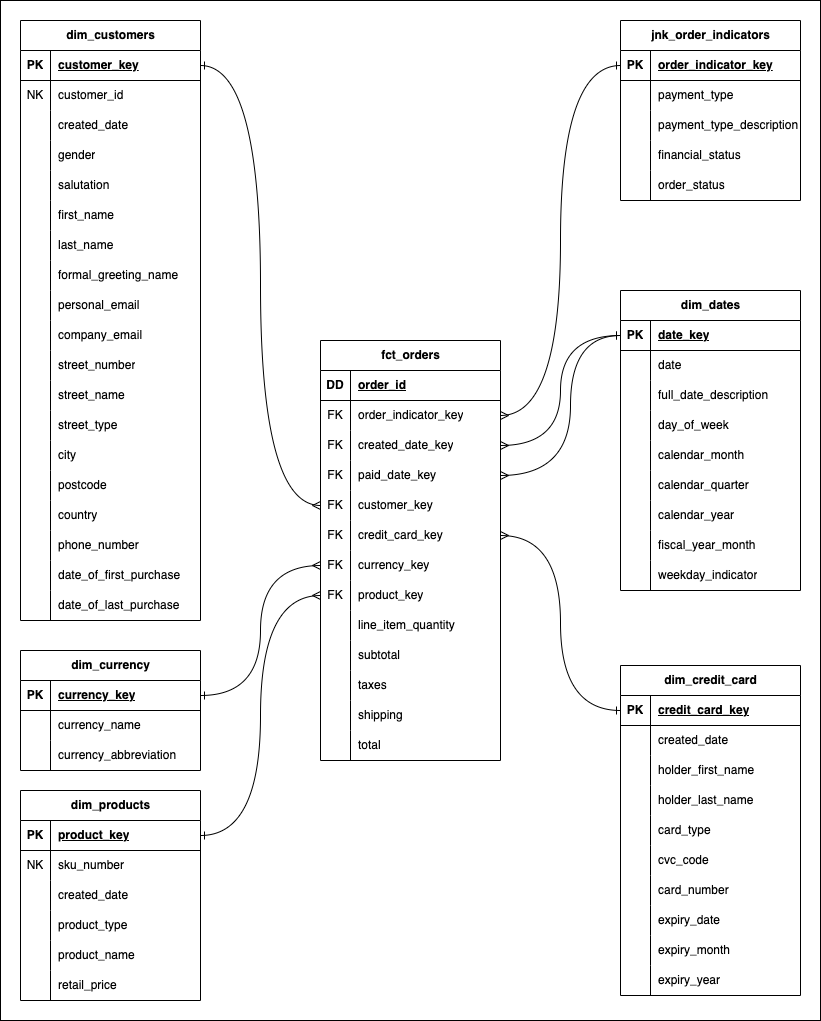
Earlier version of the draw.io export slamco/assets/readme_sales_model.drawio.png (s-tlm/dbt-project). Source tidied: cells renumbered, new cells last; positions are measured from the earlier drawing's top-left corner, leaving out a move shared by most shapes.
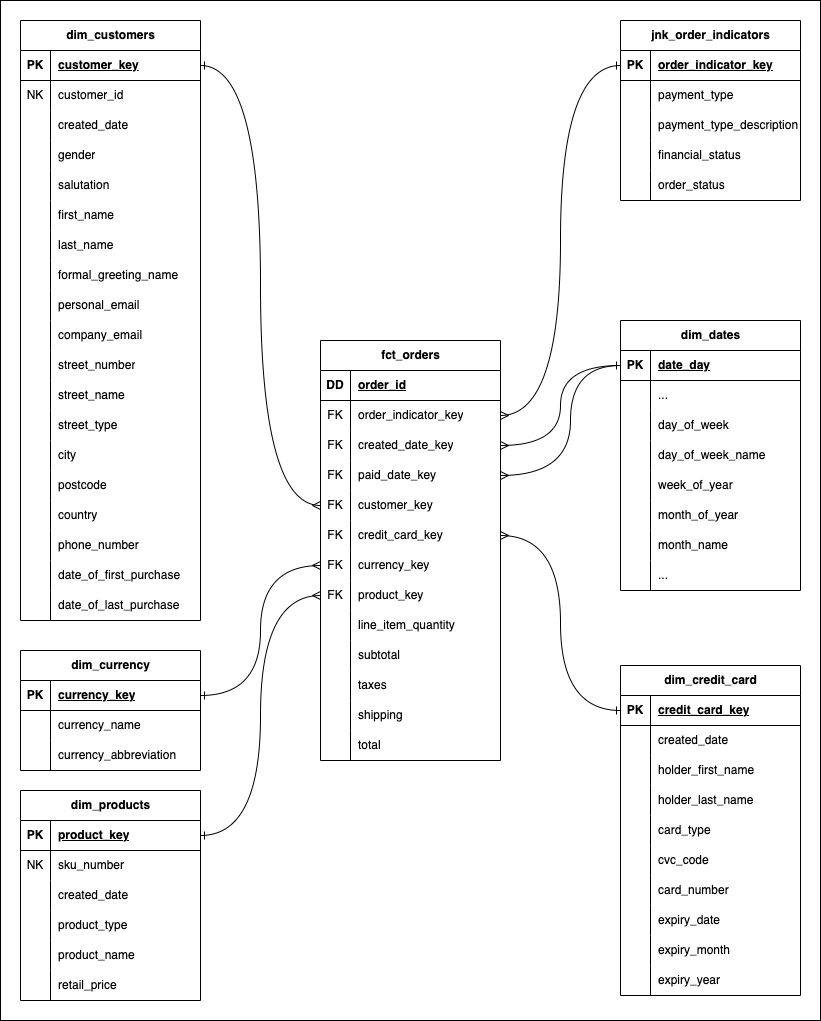
Above is the later version.

Commit message:
Add date dimension

Change to the diagram source:
```diff
@@ -498,7 +498,7 @@
       <mxGeometry x="30" width="150" height="30" as="geometry" />
     </mxCell>
     <mxCell id="167" value="dim_dates" style="shape=table;startSize=30;rowLines=0;fontStyle=1;align=center;html=1;" parent="1" vertex="1">
-      <mxGeometry x="620" y="290" width="180" height="300" as="geometry" />
+      <mxGeometry x="620" y="320" width="180" height="270" as="geometry" />
     </mxCell>
     <mxCell id="168" style="shape=tableRow;horizontal=0;startSize=0;swimlaneHead=0;swimlaneBody=0;fillColor=none;points=[[0,0.5],[1,0.5]];portConstraint=eastwest;top=0;left=0;right=0;bottom=1;" parent="167" vertex="1">
       <mxGeometry y="30" width="180" height="30" as="geometry" />
@@ -506,29 +506,20 @@
     <mxCell id="169" value="PK" style="shape=partialRectangle;fillColor=none;top=0;left=0;bottom=0;right=0;fontStyle=1;overflow=hidden;whiteSpace=wrap;html=1;" parent="168" vertex="1">
       <mxGeometry width="30" height="30" as="geometry" />
     </mxCell>
-    <mxCell id="170" value="date_key" style="shape=partialRectangle;fillColor=none;top=0;left=0;bottom=0;right=0;align=left;spacingLeft=6;fontStyle=5;overflow=hidden;whiteSpace=wrap;html=1;" parent="168" vertex="1">
+    <mxCell id="170" value="date_day" style="shape=partialRectangle;fillColor=none;top=0;left=0;bottom=0;right=0;align=left;spacingLeft=6;fontStyle=5;overflow=hidden;whiteSpace=wrap;html=1;" parent="168" vertex="1">
       <mxGeometry x="30" width="150" height="30" as="geometry" />
     </mxCell>
     <mxCell id="171" style="shape=tableRow;horizontal=0;startSize=0;swimlaneHead=0;swimlaneBody=0;fillColor=none;top=0;left=0;right=0;bottom=0;" parent="167" vertex="1">
       <mxGeometry y="60" width="180" height="30" as="geometry" />
     </mxCell>
-    <mxCell id="172" style="shape=partialRectangle;fillColor=none;top=0;left=0;bottom=0;right=0;overflow=hidden;whiteSpace=wrap;html=1;" parent="171" vertex="1">
-      <mxGeometry width="30" height="30" as="geometry" />
-    </mxCell>
-    <mxCell id="173" value="date" style="shape=partialRectangle;fillColor=none;top=0;left=0;bottom=0;right=0;align=left;spacingLeft=6;overflow=hidden;whiteSpace=wrap;html=1;" parent="171" vertex="1">
-      <mxGeometry x="30" width="150" height="30" as="geometry" />
-    </mxCell>
-    <mxCell id="174" style="shape=tableRow;horizontal=0;startSize=0;swimlaneHead=0;swimlaneBody=0;fillColor=none;top=0;left=0;right=0;bottom=0;" parent="167" vertex="1">
-      <mxGeometry y="90" width="180" height="30" as="geometry" />
-    </mxCell>
-    <mxCell id="175" style="shape=partialRectangle;fillColor=none;top=0;left=0;bottom=0;right=0;overflow=hidden;whiteSpace=wrap;html=1;" parent="174" vertex="1">
-      <mxGeometry width="30" height="30" as="geometry" />
-    </mxCell>
-    <mxCell id="176" value="full_date_description" style="shape=partialRectangle;fillColor=none;top=0;left=0;bottom=0;right=0;align=left;spacingLeft=6;overflow=hidden;whiteSpace=wrap;html=1;" parent="174" vertex="1">
-      <mxGeometry x="30" width="150" height="30" as="geometry" />
-    </mxCell>
+    <mxCell id="212" style="shape=partialRectangle;fillColor=none;top=0;left=0;bottom=0;right=0;overflow=hidden;whiteSpace=wrap;html=1;" parent="171" vertex="1">
+      <mxGeometry width="30" height="30" as="geometry" />
+    </mxCell>
+    <mxCell id="213" value="..." style="shape=partialRectangle;fillColor=none;top=0;left=0;bottom=0;right=0;align=left;spacingLeft=6;overflow=hidden;whiteSpace=wrap;html=1;" parent="171" vertex="1">
+      <mxGeometry x="30" width="150" height="30" as="geometry" />
+    </mxCell>
     <mxCell id="177" style="shape=tableRow;horizontal=0;startSize=0;swimlaneHead=0;swimlaneBody=0;fillColor=none;top=0;left=0;right=0;bottom=0;" parent="167" vertex="1">
-      <mxGeometry y="120" width="180" height="30" as="geometry" />
+      <mxGeometry y="90" width="180" height="30" as="geometry" />
     </mxCell>
     <mxCell id="178" style="shape=partialRectangle;fillColor=none;top=0;left=0;bottom=0;right=0;overflow=hidden;whiteSpace=wrap;html=1;" parent="177" vertex="1">
       <mxGeometry width="30" height="30" as="geometry" />
@@ -536,49 +527,49 @@
     <mxCell id="179" value="day_of_week" style="shape=partialRectangle;fillColor=none;top=0;left=0;bottom=0;right=0;align=left;spacingLeft=6;overflow=hidden;whiteSpace=wrap;html=1;" parent="177" vertex="1">
       <mxGeometry x="30" width="150" height="30" as="geometry" />
     </mxCell>
+    <mxCell id="214" style="shape=tableRow;horizontal=0;startSize=0;swimlaneHead=0;swimlaneBody=0;fillColor=none;top=0;left=0;right=0;bottom=0;" parent="167" vertex="1">
+      <mxGeometry y="120" width="180" height="30" as="geometry" />
+    </mxCell>
+    <mxCell id="215" style="shape=partialRectangle;fillColor=none;top=0;left=0;bottom=0;right=0;overflow=hidden;whiteSpace=wrap;html=1;" parent="214" vertex="1">
+      <mxGeometry width="30" height="30" as="geometry" />
+    </mxCell>
+    <mxCell id="216" value="day_of_week_name" style="shape=partialRectangle;fillColor=none;top=0;left=0;bottom=0;right=0;align=left;spacingLeft=6;overflow=hidden;whiteSpace=wrap;html=1;" parent="214" vertex="1">
+      <mxGeometry x="30" width="150" height="30" as="geometry" />
+    </mxCell>
+    <mxCell id="217" style="shape=tableRow;horizontal=0;startSize=0;swimlaneHead=0;swimlaneBody=0;fillColor=none;top=0;left=0;right=0;bottom=0;" parent="167" vertex="1">
+      <mxGeometry y="150" width="180" height="30" as="geometry" />
+    </mxCell>
+    <mxCell id="218" style="shape=partialRectangle;fillColor=none;top=0;left=0;bottom=0;right=0;overflow=hidden;whiteSpace=wrap;html=1;" parent="217" vertex="1">
+      <mxGeometry width="30" height="30" as="geometry" />
+    </mxCell>
+    <mxCell id="219" value="week_of_year" style="shape=partialRectangle;fillColor=none;top=0;left=0;bottom=0;right=0;align=left;spacingLeft=6;overflow=hidden;whiteSpace=wrap;html=1;" parent="217" vertex="1">
+      <mxGeometry x="30" width="150" height="30" as="geometry" />
+    </mxCell>
     <mxCell id="180" style="shape=tableRow;horizontal=0;startSize=0;swimlaneHead=0;swimlaneBody=0;fillColor=none;top=0;left=0;right=0;bottom=0;" parent="167" vertex="1">
-      <mxGeometry y="150" width="180" height="30" as="geometry" />
+      <mxGeometry y="180" width="180" height="30" as="geometry" />
     </mxCell>
     <mxCell id="181" style="shape=partialRectangle;fillColor=none;top=0;left=0;bottom=0;right=0;overflow=hidden;whiteSpace=wrap;html=1;" parent="180" vertex="1">
       <mxGeometry width="30" height="30" as="geometry" />
     </mxCell>
-    <mxCell id="182" value="calendar_month" style="shape=partialRectangle;fillColor=none;top=0;left=0;bottom=0;right=0;align=left;spacingLeft=6;overflow=hidden;whiteSpace=wrap;html=1;" parent="180" vertex="1">
+    <mxCell id="182" value="month_of_year" style="shape=partialRectangle;fillColor=none;top=0;left=0;bottom=0;right=0;align=left;spacingLeft=6;overflow=hidden;whiteSpace=wrap;html=1;" parent="180" vertex="1">
       <mxGeometry x="30" width="150" height="30" as="geometry" />
     </mxCell>
-    <mxCell id="183" style="shape=tableRow;horizontal=0;startSize=0;swimlaneHead=0;swimlaneBody=0;fillColor=none;top=0;left=0;right=0;bottom=0;" parent="167" vertex="1">
-      <mxGeometry y="180" width="180" height="30" as="geometry" />
-    </mxCell>
-    <mxCell id="184" style="shape=partialRectangle;fillColor=none;top=0;left=0;bottom=0;right=0;overflow=hidden;whiteSpace=wrap;html=1;" parent="183" vertex="1">
-      <mxGeometry width="30" height="30" as="geometry" />
-    </mxCell>
-    <mxCell id="185" value="calendar_quarter" style="shape=partialRectangle;fillColor=none;top=0;left=0;bottom=0;right=0;align=left;spacingLeft=6;overflow=hidden;whiteSpace=wrap;html=1;" parent="183" vertex="1">
-      <mxGeometry x="30" width="150" height="30" as="geometry" />
-    </mxCell>
     <mxCell id="186" style="shape=tableRow;horizontal=0;startSize=0;swimlaneHead=0;swimlaneBody=0;fillColor=none;top=0;left=0;right=0;bottom=0;" parent="167" vertex="1">
       <mxGeometry y="210" width="180" height="30" as="geometry" />
     </mxCell>
-    <mxCell id="187" style="shape=partialRectangle;fillColor=none;top=0;left=0;bottom=0;right=0;overflow=hidden;whiteSpace=wrap;html=1;" parent="186" vertex="1">
-      <mxGeometry width="30" height="30" as="geometry" />
-    </mxCell>
-    <mxCell id="188" value="calendar_year" style="shape=partialRectangle;fillColor=none;top=0;left=0;bottom=0;right=0;align=left;spacingLeft=6;overflow=hidden;whiteSpace=wrap;html=1;" parent="186" vertex="1">
-      <mxGeometry x="30" width="150" height="30" as="geometry" />
-    </mxCell>
-    <mxCell id="189" style="shape=tableRow;horizontal=0;startSize=0;swimlaneHead=0;swimlaneBody=0;fillColor=none;top=0;left=0;right=0;bottom=0;" parent="167" vertex="1">
-      <mxGeometry y="240" width="180" height="30" as="geometry" />
-    </mxCell>
-    <mxCell id="190" style="shape=partialRectangle;fillColor=none;top=0;left=0;bottom=0;right=0;overflow=hidden;whiteSpace=wrap;html=1;" parent="189" vertex="1">
-      <mxGeometry width="30" height="30" as="geometry" />
-    </mxCell>
-    <mxCell id="191" value="fiscal_year_month" style="shape=partialRectangle;fillColor=none;top=0;left=0;bottom=0;right=0;align=left;spacingLeft=6;overflow=hidden;whiteSpace=wrap;html=1;" parent="189" vertex="1">
-      <mxGeometry x="30" width="150" height="30" as="geometry" />
-    </mxCell>
+    <mxCell id="220" style="shape=partialRectangle;fillColor=none;top=0;left=0;bottom=0;right=0;overflow=hidden;whiteSpace=wrap;html=1;" parent="186" vertex="1">
+      <mxGeometry width="30" height="30" as="geometry" />
+    </mxCell>
+    <mxCell id="221" value="month_name" style="shape=partialRectangle;fillColor=none;top=0;left=0;bottom=0;right=0;align=left;spacingLeft=6;overflow=hidden;whiteSpace=wrap;html=1;" parent="186" vertex="1">
+      <mxGeometry x="30" width="150" height="30" as="geometry" />
+    </mxCell>
     <mxCell id="192" style="shape=tableRow;horizontal=0;startSize=0;swimlaneHead=0;swimlaneBody=0;fillColor=none;top=0;left=0;right=0;bottom=0;" parent="167" vertex="1">
-      <mxGeometry y="270" width="180" height="30" as="geometry" />
+      <mxGeometry y="240" width="180" height="30" as="geometry" />
     </mxCell>
     <mxCell id="193" style="shape=partialRectangle;fillColor=none;top=0;left=0;bottom=0;right=0;overflow=hidden;whiteSpace=wrap;html=1;" parent="192" vertex="1">
       <mxGeometry width="30" height="30" as="geometry" />
     </mxCell>
-    <mxCell id="194" value="weekday_indicator" style="shape=partialRectangle;fillColor=none;top=0;left=0;bottom=0;right=0;align=left;spacingLeft=6;overflow=hidden;whiteSpace=wrap;html=1;" parent="192" vertex="1">
+    <mxCell id="194" value="..." style="shape=partialRectangle;fillColor=none;top=0;left=0;bottom=0;right=0;align=left;spacingLeft=6;overflow=hidden;whiteSpace=wrap;html=1;" parent="192" vertex="1">
       <mxGeometry x="30" width="150" height="30" as="geometry" />
     </mxCell>
     <mxCell id="195" value="dim_currency" style="shape=table;startSize=30;rowLines=0;fontStyle=1;align=center;html=1;" parent="1" vertex="1">
@@ -629,10 +620,10 @@
     <mxCell id="210" style="edgeStyle=orthogonalEdgeStyle;rounded=0;jettySize=auto;html=1;entryX=1;entryY=0.5;entryDx=0;entryDy=0;curved=1;endArrow=ERmany;endFill=0;startArrow=ERone;startFill=0;" parent="1" edge="1" source="168" target="87">
       <mxGeometry relative="1" as="geometry" />
     </mxCell>
-    <mxCell id="211" style="edgeStyle=orthogonalEdgeStyle;rounded=0;jettySize=auto;html=1;entryX=1;entryY=0.5;entryDx=0;entryDy=0;curved=1;endArrow=ERmany;endFill=0;startArrow=ERone;startFill=0;" parent="1" edge="1" source="168" target="90">
+    <mxCell id="211" style="edgeStyle=orthogonalEdgeStyle;rounded=0;jettySize=auto;html=1;entryX=1;entryY=0.5;entryDx=0;entryDy=0;curved=1;endArrow=ERmany;endFill=0;" parent="1" edge="1" source="168" target="90">
       <mxGeometry relative="1" as="geometry">
         <Array as="points">
-          <mxPoint x="570" y="335" />
+          <mxPoint x="570" y="365" />
           <mxPoint x="570" y="475" />
         </Array>
       </mxGeometry>
```
